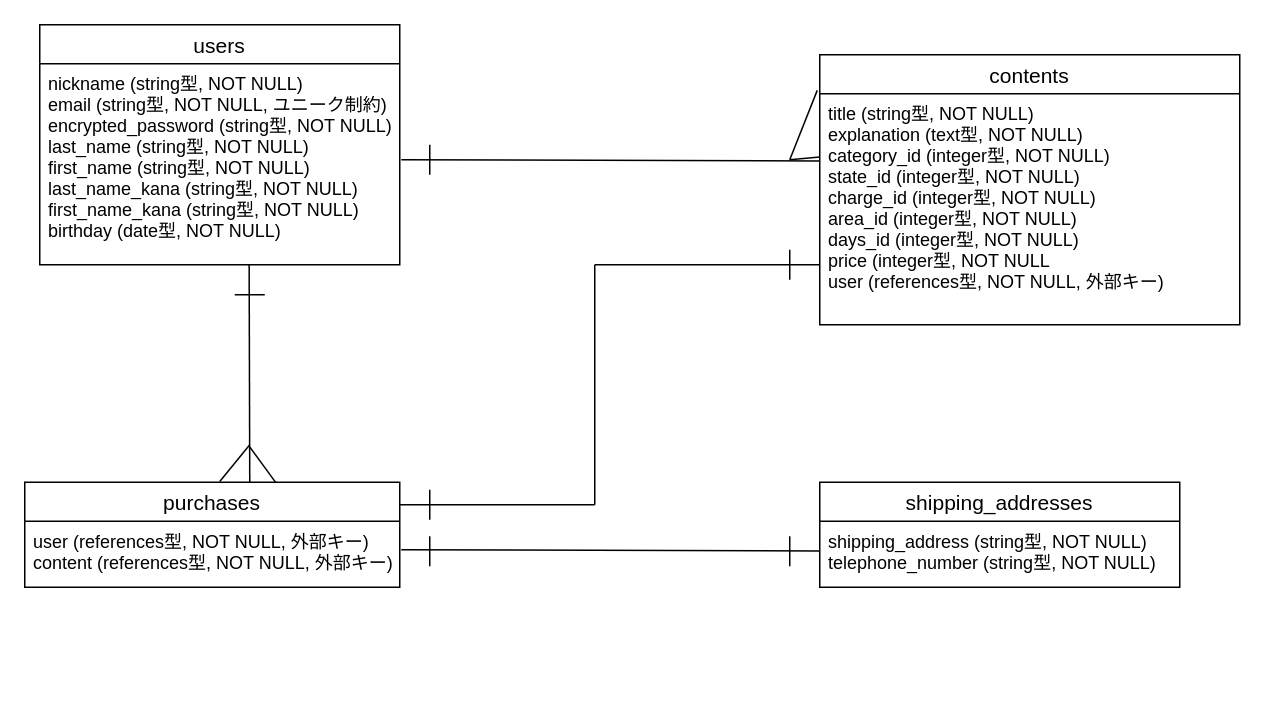
volleyboo/furima-37823 keeps this draw.io diagram as ER図.dio. Above is the earlier version. Source tidied: cells renumbered, new cells numbered last; positions are measured from the earlier drawing's top-left corner, leaving out a move shared by most shapes. Both pictures are drawn from the tidied source at 150%, with x=0, y=0 at pixel (24, 24).
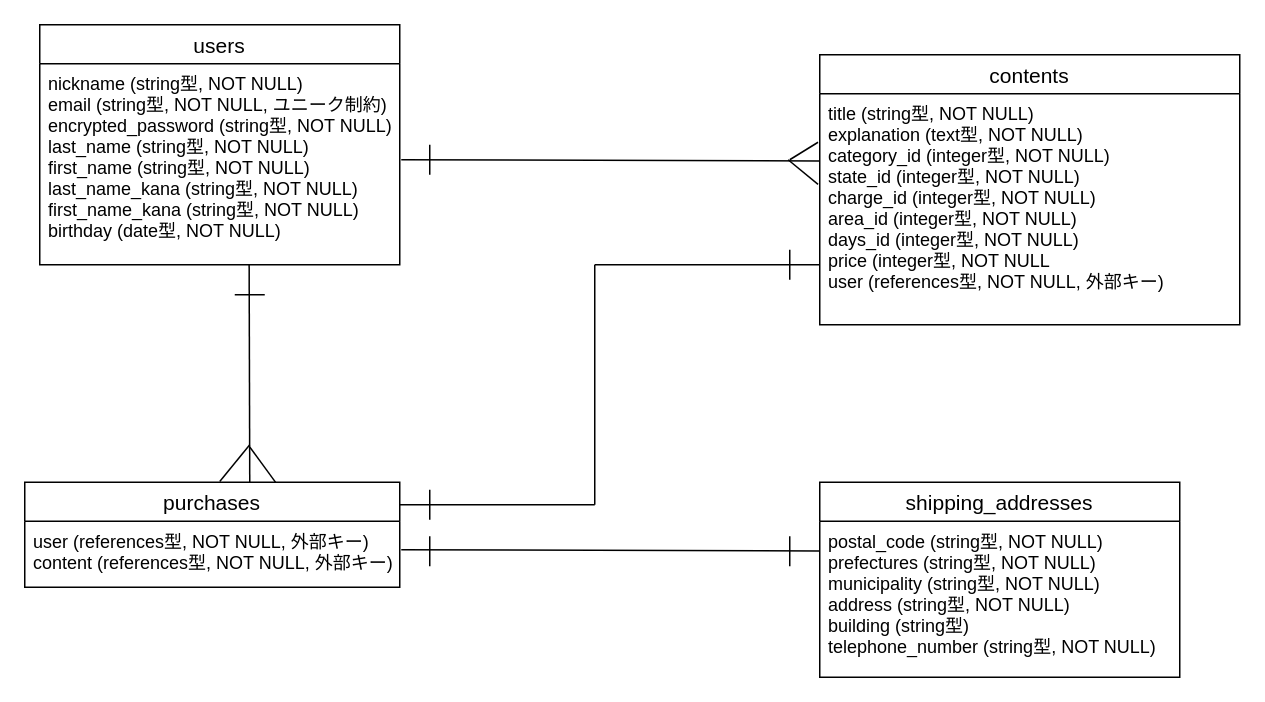
The same page after the edit.

Commit message (it also covers changes not shown here):
DB設計（修正４）コードレビュー後

Unchanged cells that the change refers to:
```xml
<mxCell id="4" value="contents" style="swimlane;fontStyle=0;horizontal=1;startSize=26;align=center;fontSize=14;" parent="1" vertex="1">
  <mxGeometry x="530" y="20" width="280" height="180" as="geometry" />
</mxCell>
<mxCell id="5" value="title (string型, NOT NULL)&#10;explanation (text型, NOT NULL)&#10;category_id (integer型, NOT NULL)&#10;state_id (integer型, NOT NULL)&#10;charge_id (integer型, NOT NULL)&#10;area_id (integer型, NOT NULL)&#10;days_id (integer型, NOT NULL)&#10;price (integer型, NOT NULL&#10;user (references型, NOT NULL, 外部キー)" style="text;strokeColor=none;fillColor=none;spacingLeft=4;spacingRight=4;overflow=hidden;points=[[0,0.5],[1,0.5]];portConstraint=eastwest;fontSize=12;" parent="4" vertex="1">
  <mxGeometry y="26" width="280" height="154" as="geometry" />
</mxCell>
```

What changed in the source:
```diff
@@
     <mxCell id="8" value="shipping_addresses" style="swimlane;fontStyle=0;horizontal=1;startSize=26;align=center;fontSize=14;" parent="1" vertex="1">
-      <mxGeometry x="530" y="305" width="240" height="70" as="geometry" />
+      <mxGeometry x="530" y="305" width="240" height="130" as="geometry" />
     </mxCell>
-    <mxCell id="9" value="shipping_address (string型, NOT NULL)&#10;telephone_number (string型, NOT NULL)" style="text;strokeColor=none;fillColor=none;spacingLeft=4;spacingRight=4;overflow=hidden;fontSize=12;" parent="8" vertex="1">
-      <mxGeometry y="26" width="240" height="44" as="geometry" />
+    <mxCell id="9" value="postal_code (string型, NOT NULL)&#10;prefectures (string型, NOT NULL)&#10;municipality (string型, NOT NULL)&#10;address (string型, NOT NULL)&#10;building (string型)&#10;telephone_number (string型, NOT NULL)&#10;" style="text;strokeColor=none;fillColor=none;spacingLeft=4;spacingRight=4;overflow=hidden;fontSize=12;" parent="8" vertex="1">
+      <mxGeometry y="26" width="240" height="104" as="geometry" />
     </mxCell>
@@
-    <mxCell id="15" style="endArrow=none;html=1;entryX=0;entryY=0.274;entryDx=0;entryDy=0;entryPerimeter=0;" parent="1" edge="1" target="5">
+    <mxCell id="15" style="endArrow=none;html=1;entryX=-0.004;entryY=0.21;entryDx=0;entryDy=0;entryPerimeter=0;" parent="1" edge="1" target="5">
       <mxGeometry relative="1" as="geometry">
         <mxPoint x="510" y="90" as="sourcePoint" />
       </mxGeometry>
     </mxCell>
@@
-    <mxCell id="22" style="endArrow=none;html=1;entryX=0;entryY=0.274;entryDx=0;entryDy=0;entryPerimeter=0;exitX=-0.006;exitY=0.132;exitDx=0;exitDy=0;exitPerimeter=0;" parent="1" edge="1" source="4">
-      <mxGeometry relative="1" as="geometry">
-        <mxPoint x="510" y="90" as="targetPoint" />
-      </mxGeometry>
-    </mxCell>
@@
+    <mxCell id="26" style="endArrow=none;html=1;entryX=-0.004;entryY=0.21;entryDx=0;entryDy=0;entryPerimeter=0;exitX=-0.004;exitY=0.392;exitDx=0;exitDy=0;exitPerimeter=0;" parent="1" edge="1" source="5">
+      <mxGeometry relative="1" as="geometry">
+        <mxPoint x="508.9" y="90" as="targetPoint" />
+      </mxGeometry>
+    </mxCell>
```
